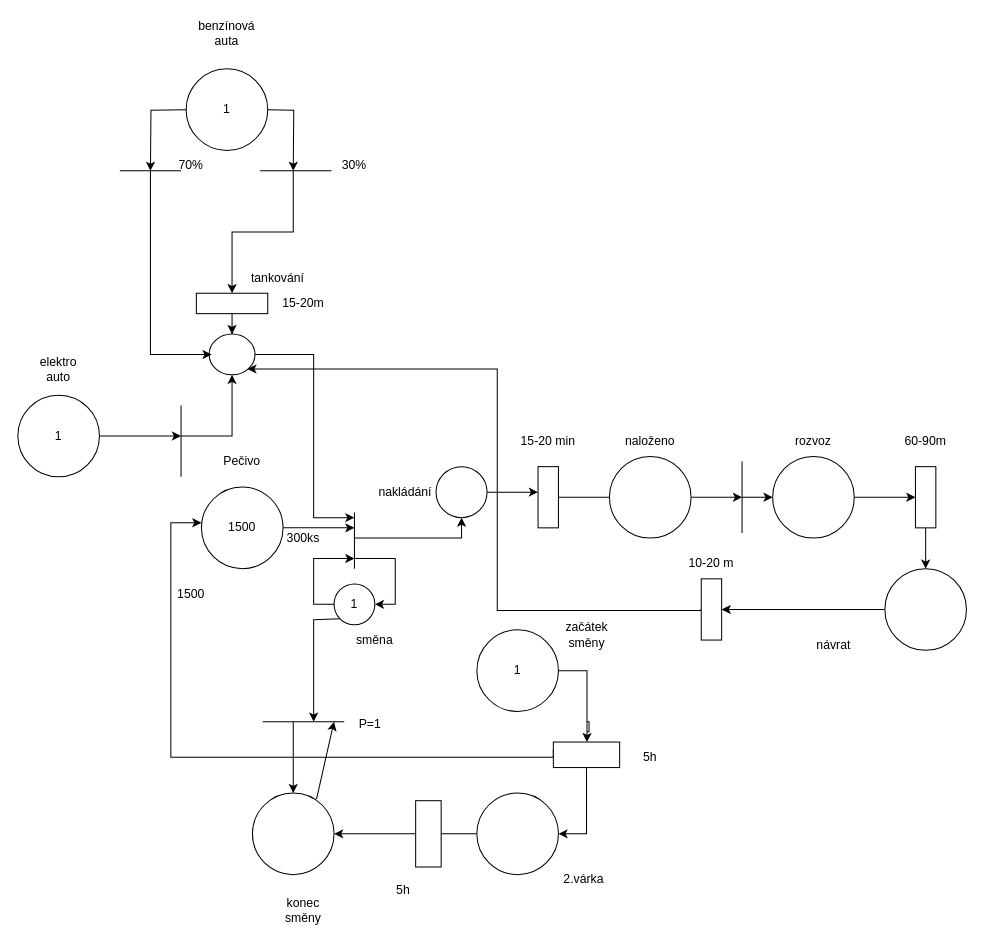
Earlier version of the draw.io diagram docs/petri nets.drawio (nod3zer0/IMS-project). Source tidied: cells renumbered, new cells numbered last; positions are measured from the earlier drawing's top-left corner, leaving out a move shared by most shapes. Both pictures are drawn from the tidied source at 102%, with x=0, y=0 at pixel (17, 17).
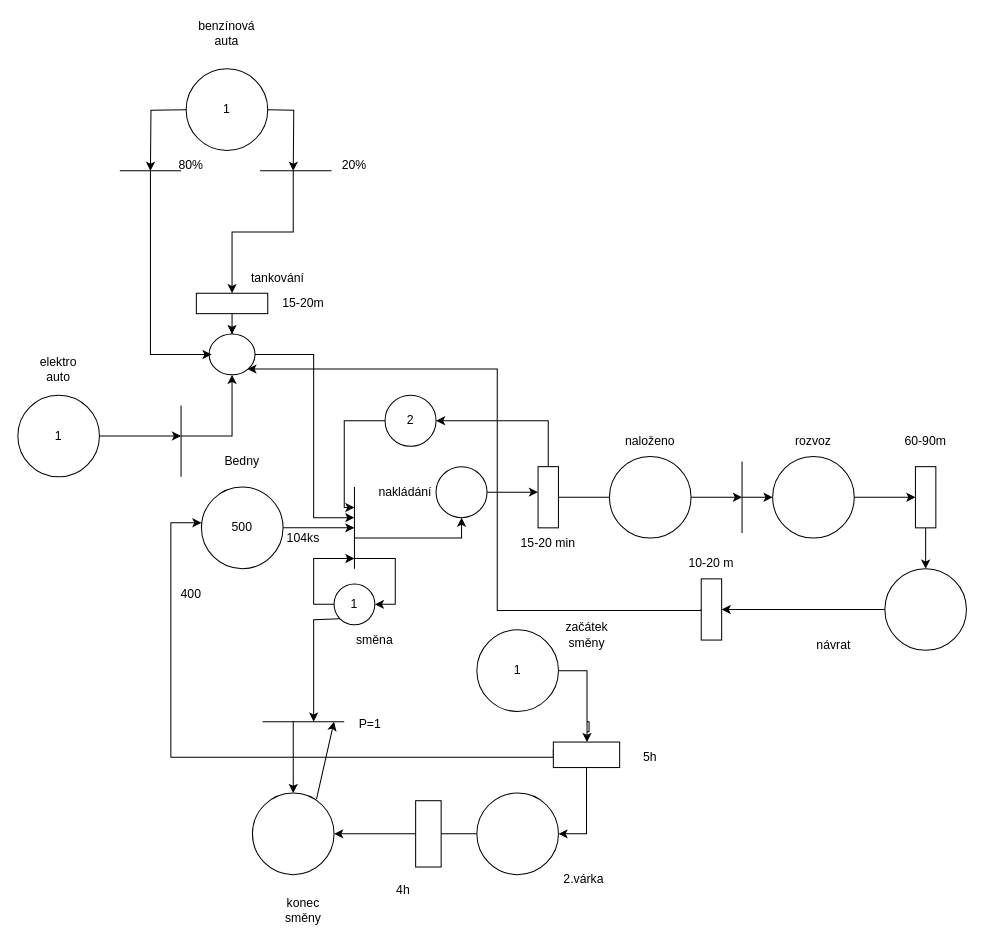
The same diagram, later.

Commit message (it also covers changes not shown here):
updated petri net

The change refers to these unchanged cells:
```xml
<mxCell id="12" style="rounded=0;whiteSpace=wrap;html=1;" parent="1" vertex="1">
  <mxGeometry x="510" y="440" width="20" height="60" as="geometry" />
</mxCell>
```

What changed in the source:
```diff
@@
     <mxCell id="4" style="endArrow=none;html=1;rounded=0;" parent="1" edge="1">
       <mxGeometry relative="1" as="geometry">
         <mxPoint x="330" y="540" as="sourcePoint" />
-        <mxPoint x="330" y="485" as="targetPoint" />
+        <mxPoint x="330" y="460" as="targetPoint" />
         <Array as="points">
           <mxPoint x="330" y="520" />
           <mxPoint x="330" y="510" />
           <mxPoint x="330" y="500" />
         </Array>
       </mxGeometry>
     </mxCell>
@@
-    <mxCell id="9" value="Pečivo" style="text;html=1;strokeColor=none;fillColor=none;align=center;verticalAlign=middle;whiteSpace=wrap;rounded=0;" parent="1" vertex="1">
+    <mxCell id="9" value="Bedny" style="text;html=1;strokeColor=none;fillColor=none;align=center;verticalAlign=middle;whiteSpace=wrap;rounded=0;" parent="1" vertex="1">
       <mxGeometry x="190" y="420" width="60" height="30" as="geometry" />
     </mxCell>
@@
+    <mxCell id="82" style="edgeStyle=orthogonalEdgeStyle;rounded=0;jettySize=auto;html=1;entryX=1;entryY=0.5;entryDx=0;entryDy=0;" parent="1" edge="1" source="12" target="84">
+      <mxGeometry relative="1" as="geometry">
+        <Array as="points">
+          <mxPoint x="520" y="395" />
+        </Array>
+      </mxGeometry>
+    </mxCell>
@@
-    <mxCell id="13" value="300ks" style="text;html=1;strokeColor=none;fillColor=none;align=center;verticalAlign=middle;whiteSpace=wrap;rounded=0;" parent="1" vertex="1">
+    <mxCell id="13" value="104ks" style="text;html=1;strokeColor=none;fillColor=none;align=center;verticalAlign=middle;whiteSpace=wrap;rounded=0;" parent="1" vertex="1">
       <mxGeometry x="250" y="495" width="60" height="30" as="geometry" />
     </mxCell>
     <mxCell id="14" value="15-20 min" style="text;html=1;strokeColor=none;fillColor=none;align=center;verticalAlign=middle;whiteSpace=wrap;rounded=0;" parent="1" vertex="1">
-      <mxGeometry x="490" y="400" width="60" height="30" as="geometry" />
+      <mxGeometry x="490" y="500" width="60" height="30" as="geometry" />
     </mxCell>
@@
-    <mxCell id="28" value="1500" style="text;html=1;strokeColor=none;fillColor=none;align=center;verticalAlign=middle;whiteSpace=wrap;rounded=0;" parent="1" vertex="1">
+    <mxCell id="28" value="500" style="text;html=1;strokeColor=none;fillColor=none;align=center;verticalAlign=middle;whiteSpace=wrap;rounded=0;" parent="1" vertex="1">
       <mxGeometry x="190" y="485" width="60" height="30" as="geometry" />
     </mxCell>
@@
-    <mxCell id="44" value="1500" style="text;html=1;strokeColor=none;fillColor=none;align=center;verticalAlign=middle;whiteSpace=wrap;rounded=0;" parent="1" vertex="1">
+    <mxCell id="44" value="400" style="text;html=1;strokeColor=none;fillColor=none;align=center;verticalAlign=middle;whiteSpace=wrap;rounded=0;" parent="1" vertex="1">
       <mxGeometry x="140" y="550" width="60" height="30" as="geometry" />
     </mxCell>
@@
-    <mxCell id="53" value="5h" style="text;html=1;strokeColor=none;fillColor=none;align=center;verticalAlign=middle;whiteSpace=wrap;rounded=0;" parent="1" vertex="1">
+    <mxCell id="53" value="4h" style="text;html=1;strokeColor=none;fillColor=none;align=center;verticalAlign=middle;whiteSpace=wrap;rounded=0;" parent="1" vertex="1">
       <mxGeometry x="347.5" y="840" width="60" height="30" as="geometry" />
     </mxCell>
@@
-    <mxCell id="69" value="70%" style="text;html=1;strokeColor=none;fillColor=none;align=center;verticalAlign=middle;whiteSpace=wrap;rounded=0;" parent="1" vertex="1">
+    <mxCell id="69" value="80%" style="text;html=1;strokeColor=none;fillColor=none;align=center;verticalAlign=middle;whiteSpace=wrap;rounded=0;" parent="1" vertex="1">
       <mxGeometry x="140" y="130" width="60" height="30" as="geometry" />
     </mxCell>
-    <mxCell id="70" value="30%" style="text;html=1;strokeColor=none;fillColor=none;align=center;verticalAlign=middle;whiteSpace=wrap;rounded=0;" parent="1" vertex="1">
+    <mxCell id="70" value="20%" style="text;html=1;strokeColor=none;fillColor=none;align=center;verticalAlign=middle;whiteSpace=wrap;rounded=0;" parent="1" vertex="1">
       <mxGeometry x="300" y="130" width="60" height="30" as="geometry" />
     </mxCell>
@@
+    <mxCell id="83" style="edgeStyle=orthogonalEdgeStyle;rounded=0;jettySize=auto;html=1;" parent="1" edge="1" source="84">
+      <mxGeometry relative="1" as="geometry">
+        <mxPoint x="330" y="480" as="targetPoint" />
+        <Array as="points">
+          <mxPoint x="320" y="395" />
+          <mxPoint x="320" y="480" />
+        </Array>
+      </mxGeometry>
+    </mxCell>
+    <mxCell id="84" style="ellipse;whiteSpace=wrap;html=1;" parent="1" vertex="1">
+      <mxGeometry x="360" y="370" width="50" height="50" as="geometry" />
+    </mxCell>
+    <mxCell id="85" value="2" style="text;html=1;strokeColor=none;fillColor=none;align=center;verticalAlign=middle;whiteSpace=wrap;rounded=0;" parent="1" vertex="1">
+      <mxGeometry x="355" y="380" width="60" height="30" as="geometry" />
+    </mxCell>
```
